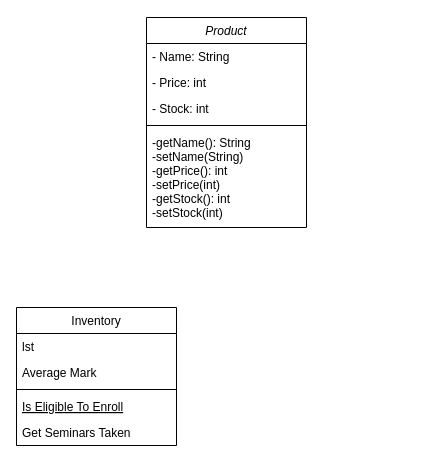
Above: Inventory.drawio in JCKaren/Project_TP (draw.io), before the change. Source tidied: cells renumbered, new cells numbered last; positions are measured from the earlier drawing's top-left corner, leaving out a move shared by most shapes. Both pictures are drawn from the tidied source at 100%, with x=0, y=0 at pixel (16, 17).
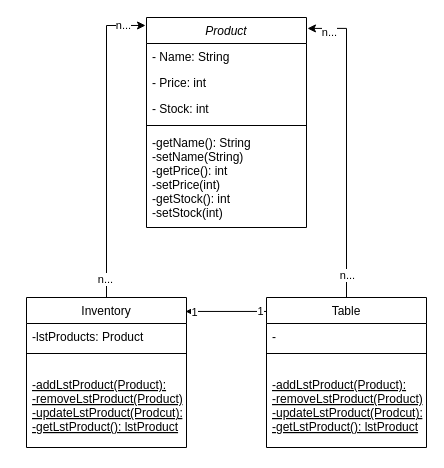
The same page after the edit.

The change refers to these unchanged cells:
```xml
<mxCell id="2" value="Product" style="swimlane;fontStyle=2;align=center;verticalAlign=top;horizontal=1;startSize=26;rounded=0;shadow=0;strokeWidth=1;" parent="1" vertex="1">
  <mxGeometry x="130" width="160" height="210" as="geometry" />
</mxCell>
```

The edit, as a diff of the source:
```diff
@@
     <mxCell id="8" value="Inventory" style="swimlane;fontStyle=0;align=center;verticalAlign=top;horizontal=1;startSize=26;rounded=0;shadow=0;strokeWidth=1;" parent="1" vertex="1">
-      <mxGeometry y="290" width="160" height="138" as="geometry" />
+      <mxGeometry x="10" y="280" width="160" height="150" as="geometry" />
     </mxCell>
-    <mxCell id="9" value="lst" style="text;align=left;verticalAlign=top;spacingLeft=4;spacingRight=4;overflow=hidden;" parent="8" vertex="1">
+    <mxCell id="9" value="-lstProducts: Product" style="text;align=left;verticalAlign=top;spacingLeft=4;spacingRight=4;overflow=hidden;" parent="8" vertex="1">
       <mxGeometry y="26" width="160" height="26" as="geometry" />
     </mxCell>
-    <mxCell id="10" value="Average Mark" style="text;align=left;verticalAlign=top;spacingLeft=4;spacingRight=4;overflow=hidden;rounded=0;shadow=0;html=0;" parent="8" vertex="1">
-      <mxGeometry y="52" width="160" height="26" as="geometry" />
-    </mxCell>
     <mxCell id="11" style="line;html=1;strokeWidth=1;align=left;verticalAlign=middle;spacingTop=-1;spacingLeft=3;spacingRight=3;labelPosition=right;" parent="8" vertex="1">
-      <mxGeometry y="78" width="160" height="8" as="geometry" />
+      <mxGeometry y="52" width="160" height="8" as="geometry" />
     </mxCell>
-    <mxCell id="12" value="Is Eligible To Enroll" style="text;align=left;verticalAlign=top;spacingLeft=4;spacingRight=4;overflow=hidden;fontStyle=4;" parent="8" vertex="1">
-      <mxGeometry y="86" width="160" height="26" as="geometry" />
+    <mxCell id="12" value="&#10;-addLstProduct(Product):&#10;-removeLstProduct(Product):&#10;-updateLstProduct(Prodcut):&#10;-getLstProduct(): lstProduct" style="text;align=left;verticalAlign=top;spacingLeft=4;spacingRight=4;overflow=hidden;fontStyle=4;" parent="8" vertex="1">
+      <mxGeometry y="60" width="160" height="90" as="geometry" />
     </mxCell>
-    <mxCell id="13" value="Get Seminars Taken" style="text;align=left;verticalAlign=top;spacingLeft=4;spacingRight=4;overflow=hidden;" parent="8" vertex="1">
-      <mxGeometry y="112" width="160" height="26" as="geometry" />
-    </mxCell>
+    <mxCell id="14" value="Table" style="swimlane;fontStyle=0;align=center;verticalAlign=top;horizontal=1;startSize=26;rounded=0;shadow=0;strokeWidth=1;" parent="1" vertex="1">
+      <mxGeometry x="250" y="280" width="160" height="150" as="geometry" />
+    </mxCell>
+    <mxCell id="15" value="-" style="text;align=left;verticalAlign=top;spacingLeft=4;spacingRight=4;overflow=hidden;" parent="14" vertex="1">
+      <mxGeometry y="26" width="160" height="26" as="geometry" />
+    </mxCell>
+    <mxCell id="16" style="line;html=1;strokeWidth=1;align=left;verticalAlign=middle;spacingTop=-1;spacingLeft=3;spacingRight=3;labelPosition=right;" parent="14" vertex="1">
+      <mxGeometry y="52" width="160" height="8" as="geometry" />
+    </mxCell>
+    <mxCell id="17" value="&#10;-addLstProduct(Product):&#10;-removeLstProduct(Product):&#10;-updateLstProduct(Prodcut):&#10;-getLstProduct(): lstProduct" style="text;align=left;verticalAlign=top;spacingLeft=4;spacingRight=4;overflow=hidden;fontStyle=4;" parent="14" vertex="1">
+      <mxGeometry y="60" width="160" height="90" as="geometry" />
+    </mxCell>
+    <mxCell id="18" style="edgeStyle=orthogonalEdgeStyle;rounded=0;jettySize=auto;html=1;entryX=-0.006;entryY=0.038;entryDx=0;entryDy=0;entryPerimeter=0;" parent="1" edge="1" source="8" target="2">
+      <mxGeometry relative="1" as="geometry" />
+    </mxCell>
+    <mxCell id="19" value="n..." style="edgeLabel;html=1;align=center;verticalAlign=middle;" parent="18" vertex="1">
+      <mxGeometry x="0.86" relative="1" as="geometry" />
+    </mxCell>
+    <mxCell id="20" value="n..." style="edgeLabel;html=1;align=center;verticalAlign=middle;" parent="18" vertex="1">
+      <mxGeometry x="-0.88" y="2" relative="1" as="geometry" />
+    </mxCell>
+    <mxCell id="21" style="edgeStyle=orthogonalEdgeStyle;rounded=0;jettySize=auto;html=1;entryX=0.994;entryY=0.093;entryDx=0;entryDy=0;entryPerimeter=0;exitX=0;exitY=0.093;exitDx=0;exitDy=0;exitPerimeter=0;" parent="1" edge="1" source="14" target="8">
+      <mxGeometry relative="1" as="geometry" />
+    </mxCell>
+    <mxCell id="22" value="1" style="edgeLabel;html=1;align=center;verticalAlign=middle;" parent="21" vertex="1">
+      <mxGeometry x="-0.82" relative="1" as="geometry" />
+    </mxCell>
+    <mxCell id="23" value="1" style="edgeLabel;html=1;align=center;verticalAlign=middle;" parent="21" vertex="1">
+      <mxGeometry x="0.8" y="1" relative="1" as="geometry" />
+    </mxCell>
+    <mxCell id="24" style="edgeStyle=orthogonalEdgeStyle;rounded=0;jettySize=auto;html=1;entryX=1.006;entryY=0.052;entryDx=0;entryDy=0;entryPerimeter=0;" parent="1" edge="1" source="14" target="2">
+      <mxGeometry relative="1" as="geometry" />
+    </mxCell>
+    <mxCell id="25" value="n..." style="edgeLabel;html=1;align=center;verticalAlign=middle;" parent="24" vertex="1">
+      <mxGeometry x="0.86" y="4" relative="1" as="geometry" />
+    </mxCell>
+    <mxCell id="26" value="n..." style="edgeLabel;html=1;align=center;verticalAlign=middle;" parent="24" vertex="1">
+      <mxGeometry x="-0.85" relative="1" as="geometry" />
+    </mxCell>
```
